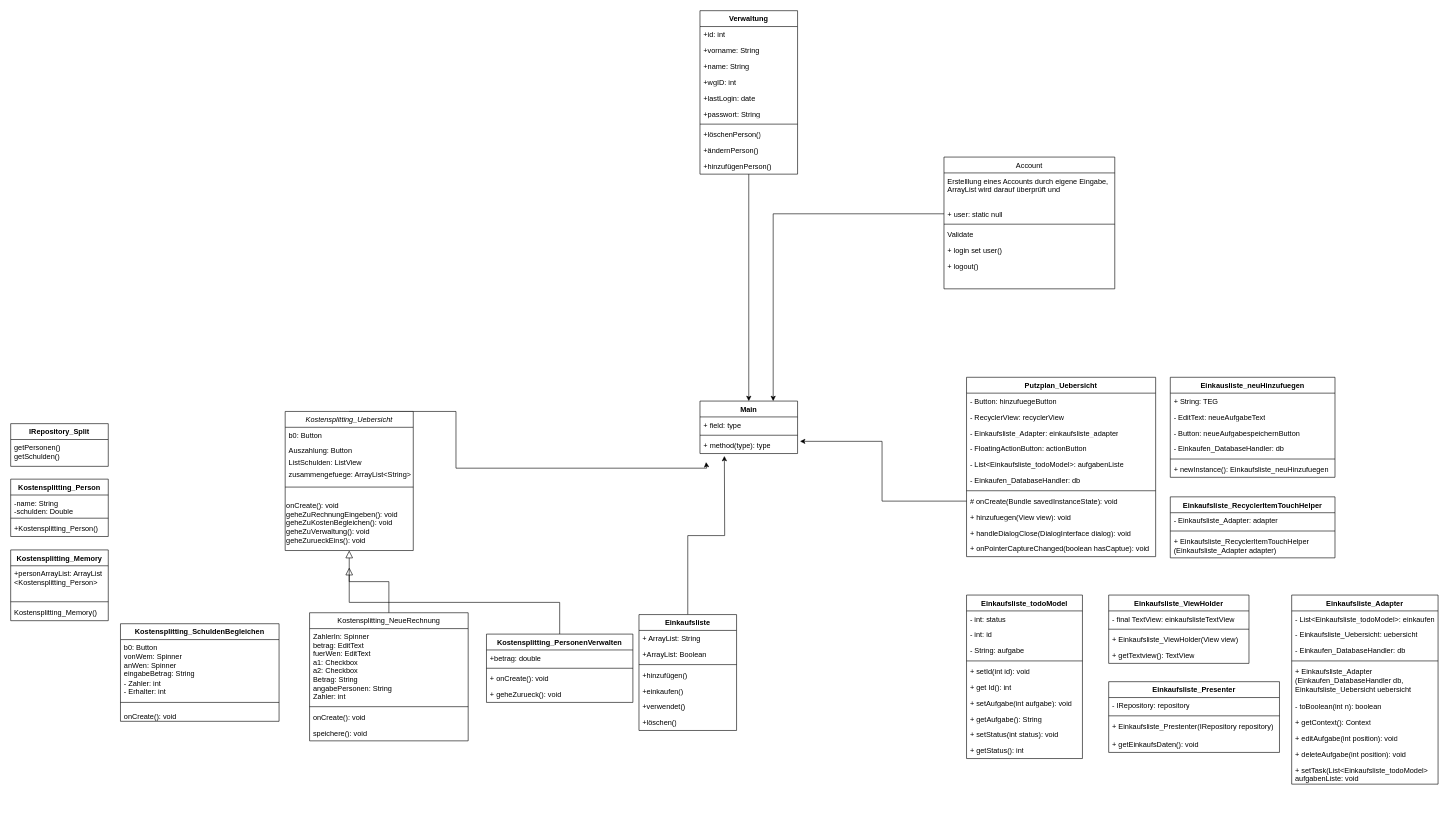
Above: Unbenanntes Diagramm.drawio in franzi17/Systemanalyse (draw.io), before the change. Source tidied: cells renumbered, new cells numbered last; positions are measured from the earlier drawing's top-left corner, leaving out a move shared by most shapes. Both pictures are drawn from the tidied source at 61%, with x=0, y=0 at pixel (10, 10).
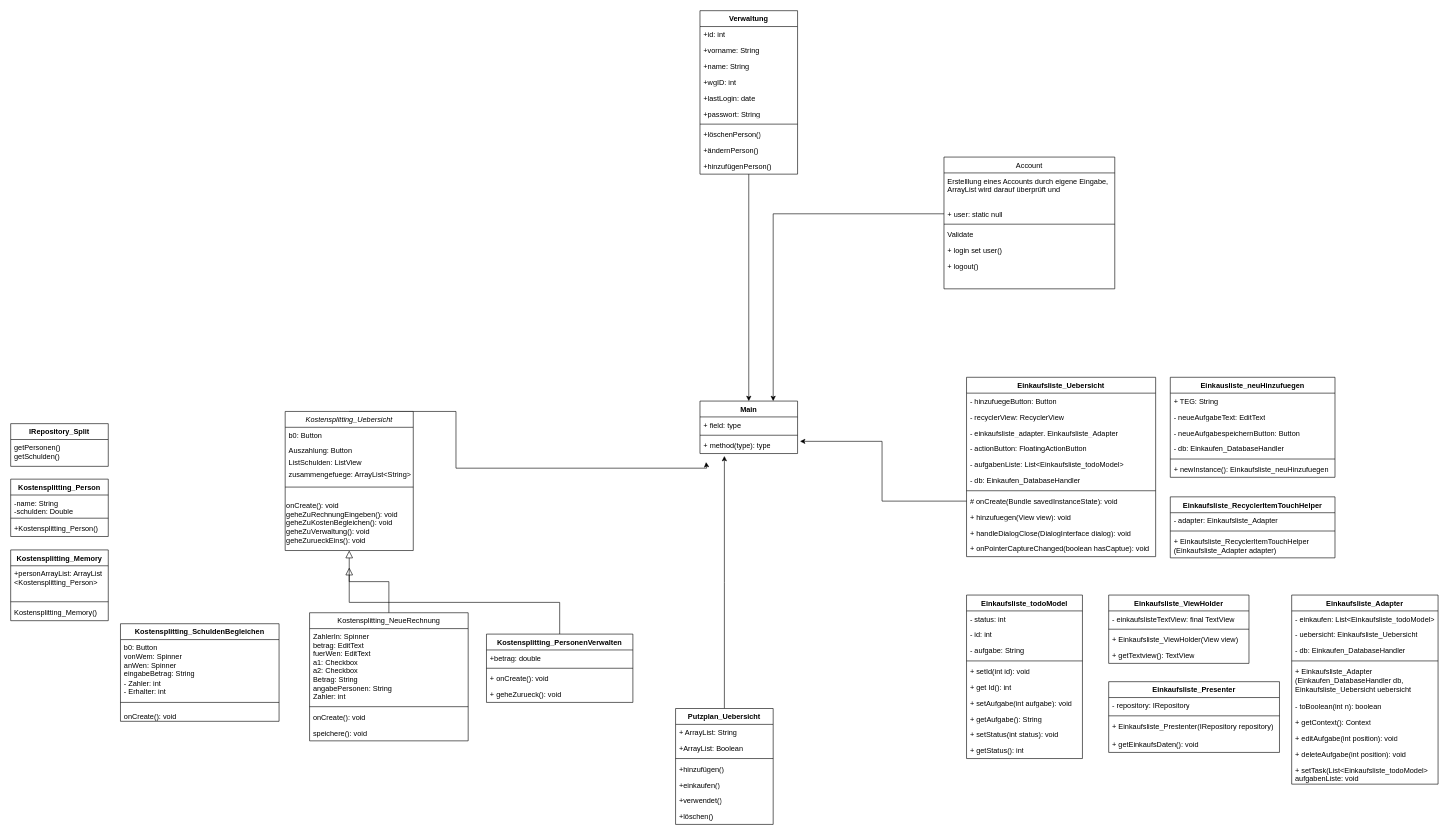
The same page after the edit.

Unchanged cells that the change refers to:
```xml
<mxCell id="68" value="Einkaufsliste_todoModel" style="swimlane;fontStyle=1;align=center;verticalAlign=top;horizontal=1;startSize=26;whiteSpace=wrap;html=1;" parent="1" vertex="1">
  <mxGeometry x="1567" y="958" width="190" height="268" as="geometry" />
</mxCell>
<mxCell id="79" value="Einkaufsliste_ViewHolder" style="swimlane;fontStyle=1;align=center;verticalAlign=top;horizontal=1;startSize=26;whiteSpace=wrap;html=1;" parent="1" vertex="1">
  <mxGeometry x="1800" y="958" width="230" height="112" as="geometry" />
</mxCell>
<mxCell id="84" value="Einkaufsliste_Presenter" style="swimlane;fontStyle=1;align=center;verticalAlign=top;horizontal=1;startSize=26;whiteSpace=wrap;html=1;" parent="1" vertex="1">
  <mxGeometry x="1800" y="1100" width="280" height="116" as="geometry" />
</mxCell>
<mxCell id="89" value="Einkausliste_neuHinzufuegen" style="swimlane;fontStyle=1;align=center;verticalAlign=top;horizontal=1;startSize=26;whiteSpace=wrap;html=1;" parent="1" vertex="1">
  <mxGeometry x="1901" y="601" width="270" height="164" as="geometry" />
</mxCell>
<mxCell id="96" value="Einkaufsliste_RecyclerItemTouchHelper" style="swimlane;fontStyle=1;align=center;verticalAlign=top;horizontal=1;startSize=26;whiteSpace=wrap;html=1;" parent="1" vertex="1">
  <mxGeometry x="1901" y="797" width="270" height="100" as="geometry" />
</mxCell>
<mxCell id="100" value="Einkaufsliste_Adapter" style="swimlane;fontStyle=1;align=center;verticalAlign=top;horizontal=1;startSize=26;whiteSpace=wrap;html=1;" parent="1" vertex="1">
  <mxGeometry x="2100" y="958" width="240" height="310" as="geometry" />
</mxCell>
```

Change to the diagram source:
```diff
@@
-    <mxCell id="37" value="Einkaufsliste" style="swimlane;fontStyle=1;align=center;verticalAlign=top;horizontal=1;startSize=26;whiteSpace=wrap;html=1;" parent="1" vertex="1">
-      <mxGeometry x="1030" y="990" width="160" height="190" as="geometry" />
+    <mxCell id="37" value="Putzplan_Uebersicht" style="swimlane;fontStyle=1;align=center;verticalAlign=top;horizontal=1;startSize=26;whiteSpace=wrap;html=1;" parent="1" vertex="1">
+      <mxGeometry x="1090" y="1144" width="160" height="190" as="geometry" />
     </mxCell>
@@
-    <mxCell id="45" value="Putzplan_Uebersicht" style="swimlane;fontStyle=1;align=center;verticalAlign=top;horizontal=1;startSize=26;whiteSpace=wrap;html=1;" parent="1" vertex="1">
+    <mxCell id="45" value="Einkaufsliste_Uebersicht" style="swimlane;fontStyle=1;align=center;verticalAlign=top;horizontal=1;startSize=26;whiteSpace=wrap;html=1;" parent="1" vertex="1">
       <mxGeometry x="1567" y="601" width="310" height="294" as="geometry" />
     </mxCell>
-    <mxCell id="46" value="- Button: hinzufuegeButton" style="text;strokeColor=none;fillColor=none;align=left;verticalAlign=top;spacingLeft=4;spacingRight=4;overflow=hidden;whiteSpace=wrap;html=1;" parent="45" vertex="1">
+    <mxCell id="46" value="- hinzufuegeButton: Button" style="text;strokeColor=none;fillColor=none;align=left;verticalAlign=top;spacingLeft=4;spacingRight=4;overflow=hidden;whiteSpace=wrap;html=1;" parent="45" vertex="1">
       <mxGeometry y="26" width="310" height="26" as="geometry" />
     </mxCell>
-    <mxCell id="47" value="- RecyclerView: recyclerView" style="text;strokeColor=none;fillColor=none;align=left;verticalAlign=top;spacingLeft=4;spacingRight=4;overflow=hidden;whiteSpace=wrap;html=1;" parent="45" vertex="1">
+    <mxCell id="47" value="- recyclerView: RecyclerView" style="text;strokeColor=none;fillColor=none;align=left;verticalAlign=top;spacingLeft=4;spacingRight=4;overflow=hidden;whiteSpace=wrap;html=1;" parent="45" vertex="1">
       <mxGeometry y="52" width="310" height="26" as="geometry" />
     </mxCell>
-    <mxCell id="48" value="- Einkaufsliste_Adapter: einkaufsliste_adapter" style="text;strokeColor=none;fillColor=none;align=left;verticalAlign=top;spacingLeft=4;spacingRight=4;overflow=hidden;whiteSpace=wrap;html=1;" parent="45" vertex="1">
+    <mxCell id="48" value="- einkaufsliste_adapter. Einkaufsliste_Adapter" style="text;strokeColor=none;fillColor=none;align=left;verticalAlign=top;spacingLeft=4;spacingRight=4;overflow=hidden;whiteSpace=wrap;html=1;" parent="45" vertex="1">
       <mxGeometry y="78" width="310" height="26" as="geometry" />
     </mxCell>
-    <mxCell id="49" value="- FloatingActionButton: actionButton" style="text;strokeColor=none;fillColor=none;align=left;verticalAlign=top;spacingLeft=4;spacingRight=4;overflow=hidden;whiteSpace=wrap;html=1;" parent="45" vertex="1">
+    <mxCell id="49" value="- actionButton: FloatingActionButton" style="text;strokeColor=none;fillColor=none;align=left;verticalAlign=top;spacingLeft=4;spacingRight=4;overflow=hidden;whiteSpace=wrap;html=1;" parent="45" vertex="1">
       <mxGeometry y="104" width="310" height="26" as="geometry" />
     </mxCell>
-    <mxCell id="50" value="- List&amp;lt;Einkaufsliste_todoModel&amp;gt;: aufgabenListe" style="text;strokeColor=none;fillColor=none;align=left;verticalAlign=top;spacingLeft=4;spacingRight=4;overflow=hidden;whiteSpace=wrap;html=1;" parent="45" vertex="1">
+    <mxCell id="50" value="- aufgabenListe: List&amp;lt;Einkaufsliste_todoModel&amp;gt;" style="text;strokeColor=none;fillColor=none;align=left;verticalAlign=top;spacingLeft=4;spacingRight=4;overflow=hidden;whiteSpace=wrap;html=1;" parent="45" vertex="1">
       <mxGeometry y="130" width="310" height="26" as="geometry" />
     </mxCell>
-    <mxCell id="51" value="- Einkaufen_DatabaseHandler: db" style="text;strokeColor=none;fillColor=none;align=left;verticalAlign=top;spacingLeft=4;spacingRight=4;overflow=hidden;whiteSpace=wrap;html=1;" parent="45" vertex="1">
+    <mxCell id="51" value="- db: Einkaufen_DatabaseHandler" style="text;strokeColor=none;fillColor=none;align=left;verticalAlign=top;spacingLeft=4;spacingRight=4;overflow=hidden;whiteSpace=wrap;html=1;" parent="45" vertex="1">
       <mxGeometry y="156" width="310" height="26" as="geometry" />
     </mxCell>
@@
-    <mxCell id="69" value="- int: status" style="text;strokeColor=none;fillColor=none;align=left;verticalAlign=top;spacingLeft=4;spacingRight=4;overflow=hidden;whiteSpace=wrap;html=1;" parent="68" vertex="1">
+    <mxCell id="69" value="- status: int" style="text;strokeColor=none;fillColor=none;align=left;verticalAlign=top;spacingLeft=4;spacingRight=4;overflow=hidden;whiteSpace=wrap;html=1;" parent="68" vertex="1">
       <mxGeometry y="26" width="190" height="26" as="geometry" />
     </mxCell>
-    <mxCell id="70" value="- int: id" style="text;strokeColor=none;fillColor=none;align=left;verticalAlign=top;spacingLeft=4;spacingRight=4;overflow=hidden;whiteSpace=wrap;html=1;" parent="68" vertex="1">
+    <mxCell id="70" value="- id: int" style="text;strokeColor=none;fillColor=none;align=left;verticalAlign=top;spacingLeft=4;spacingRight=4;overflow=hidden;whiteSpace=wrap;html=1;" parent="68" vertex="1">
       <mxGeometry y="52" width="190" height="26" as="geometry" />
     </mxCell>
-    <mxCell id="71" value="- String: aufgabe" style="text;strokeColor=none;fillColor=none;align=left;verticalAlign=top;spacingLeft=4;spacingRight=4;overflow=hidden;whiteSpace=wrap;html=1;" parent="68" vertex="1">
+    <mxCell id="71" value="- aufgabe: String" style="text;strokeColor=none;fillColor=none;align=left;verticalAlign=top;spacingLeft=4;spacingRight=4;overflow=hidden;whiteSpace=wrap;html=1;" parent="68" vertex="1">
       <mxGeometry y="78" width="190" height="26" as="geometry" />
     </mxCell>
@@
-    <mxCell id="80" value="- final TextView: einkaufslisteTextView" style="text;strokeColor=none;fillColor=none;align=left;verticalAlign=top;spacingLeft=4;spacingRight=4;overflow=hidden;whiteSpace=wrap;html=1;" parent="79" vertex="1">
+    <mxCell id="80" value="- einkaufslisteTextView: final TextView" style="text;strokeColor=none;fillColor=none;align=left;verticalAlign=top;spacingLeft=4;spacingRight=4;overflow=hidden;whiteSpace=wrap;html=1;" parent="79" vertex="1">
       <mxGeometry y="26" width="230" height="26" as="geometry" />
     </mxCell>
@@
-    <mxCell id="85" value="- IRepository: repository" style="text;strokeColor=none;fillColor=none;align=left;verticalAlign=top;spacingLeft=4;spacingRight=4;overflow=hidden;whiteSpace=wrap;html=1;" parent="84" vertex="1">
+    <mxCell id="85" value="- repository: IRepository" style="text;strokeColor=none;fillColor=none;align=left;verticalAlign=top;spacingLeft=4;spacingRight=4;overflow=hidden;whiteSpace=wrap;html=1;" parent="84" vertex="1">
       <mxGeometry y="26" width="280" height="26" as="geometry" />
     </mxCell>
@@
-    <mxCell id="90" value="+ String: TEG" style="text;strokeColor=none;fillColor=none;align=left;verticalAlign=top;spacingLeft=4;spacingRight=4;overflow=hidden;whiteSpace=wrap;html=1;" parent="89" vertex="1">
+    <mxCell id="90" value="+ TEG: String" style="text;strokeColor=none;fillColor=none;align=left;verticalAlign=top;spacingLeft=4;spacingRight=4;overflow=hidden;whiteSpace=wrap;html=1;" parent="89" vertex="1">
       <mxGeometry y="26" width="270" height="26" as="geometry" />
     </mxCell>
-    <mxCell id="91" value="- EditText: neueAufgabeText" style="text;strokeColor=none;fillColor=none;align=left;verticalAlign=top;spacingLeft=4;spacingRight=4;overflow=hidden;whiteSpace=wrap;html=1;" parent="89" vertex="1">
+    <mxCell id="91" value="- neueAufgabeText: EditText" style="text;strokeColor=none;fillColor=none;align=left;verticalAlign=top;spacingLeft=4;spacingRight=4;overflow=hidden;whiteSpace=wrap;html=1;" parent="89" vertex="1">
       <mxGeometry y="52" width="270" height="26" as="geometry" />
     </mxCell>
-    <mxCell id="92" value="- Button: neueAufgabespeichernButton" style="text;strokeColor=none;fillColor=none;align=left;verticalAlign=top;spacingLeft=4;spacingRight=4;overflow=hidden;whiteSpace=wrap;html=1;" parent="89" vertex="1">
+    <mxCell id="92" value="- neueAufgabespeichernButton: Button" style="text;strokeColor=none;fillColor=none;align=left;verticalAlign=top;spacingLeft=4;spacingRight=4;overflow=hidden;whiteSpace=wrap;html=1;" parent="89" vertex="1">
       <mxGeometry y="78" width="270" height="26" as="geometry" />
     </mxCell>
-    <mxCell id="93" value="- Einkaufen_DatabaseHandler: db" style="text;strokeColor=none;fillColor=none;align=left;verticalAlign=top;spacingLeft=4;spacingRight=4;overflow=hidden;whiteSpace=wrap;html=1;" parent="89" vertex="1">
+    <mxCell id="93" value="- db: Einkaufen_DatabaseHandler" style="text;strokeColor=none;fillColor=none;align=left;verticalAlign=top;spacingLeft=4;spacingRight=4;overflow=hidden;whiteSpace=wrap;html=1;" parent="89" vertex="1">
       <mxGeometry y="104" width="270" height="26" as="geometry" />
     </mxCell>
@@
-    <mxCell id="97" value="- Einkaufsliste_Adapter: adapter" style="text;strokeColor=none;fillColor=none;align=left;verticalAlign=top;spacingLeft=4;spacingRight=4;overflow=hidden;whiteSpace=wrap;html=1;" parent="96" vertex="1">
+    <mxCell id="97" value="- adapter: Einkaufsliste_Adapter" style="text;strokeColor=none;fillColor=none;align=left;verticalAlign=top;spacingLeft=4;spacingRight=4;overflow=hidden;whiteSpace=wrap;html=1;" parent="96" vertex="1">
       <mxGeometry y="26" width="270" height="26" as="geometry" />
     </mxCell>
@@
-    <mxCell id="101" value="- List&amp;lt;Einkaufsliste_todoModel&amp;gt;: einkaufen" style="text;strokeColor=none;fillColor=none;align=left;verticalAlign=top;spacingLeft=4;spacingRight=4;overflow=hidden;whiteSpace=wrap;html=1;" parent="100" vertex="1">
+    <mxCell id="101" value="- einkaufen: List&amp;lt;Einkaufsliste_todoModel&amp;gt;" style="text;strokeColor=none;fillColor=none;align=left;verticalAlign=top;spacingLeft=4;spacingRight=4;overflow=hidden;whiteSpace=wrap;html=1;" parent="100" vertex="1">
       <mxGeometry y="26" width="240" height="26" as="geometry" />
     </mxCell>
-    <mxCell id="102" value="- Einkaufsliste_Uebersicht: uebersicht" style="text;strokeColor=none;fillColor=none;align=left;verticalAlign=top;spacingLeft=4;spacingRight=4;overflow=hidden;whiteSpace=wrap;html=1;" parent="100" vertex="1">
+    <mxCell id="102" value="- uebersicht: Einkaufsliste_Uebersicht" style="text;strokeColor=none;fillColor=none;align=left;verticalAlign=top;spacingLeft=4;spacingRight=4;overflow=hidden;whiteSpace=wrap;html=1;" parent="100" vertex="1">
       <mxGeometry y="52" width="240" height="26" as="geometry" />
     </mxCell>
-    <mxCell id="103" value="- Einkaufen_DatabaseHandler: db" style="text;strokeColor=none;fillColor=none;align=left;verticalAlign=top;spacingLeft=4;spacingRight=4;overflow=hidden;whiteSpace=wrap;html=1;" parent="100" vertex="1">
+    <mxCell id="103" value="- db: Einkaufen_DatabaseHandler" style="text;strokeColor=none;fillColor=none;align=left;verticalAlign=top;spacingLeft=4;spacingRight=4;overflow=hidden;whiteSpace=wrap;html=1;" parent="100" vertex="1">
       <mxGeometry y="78" width="240" height="26" as="geometry" />
     </mxCell>
```
